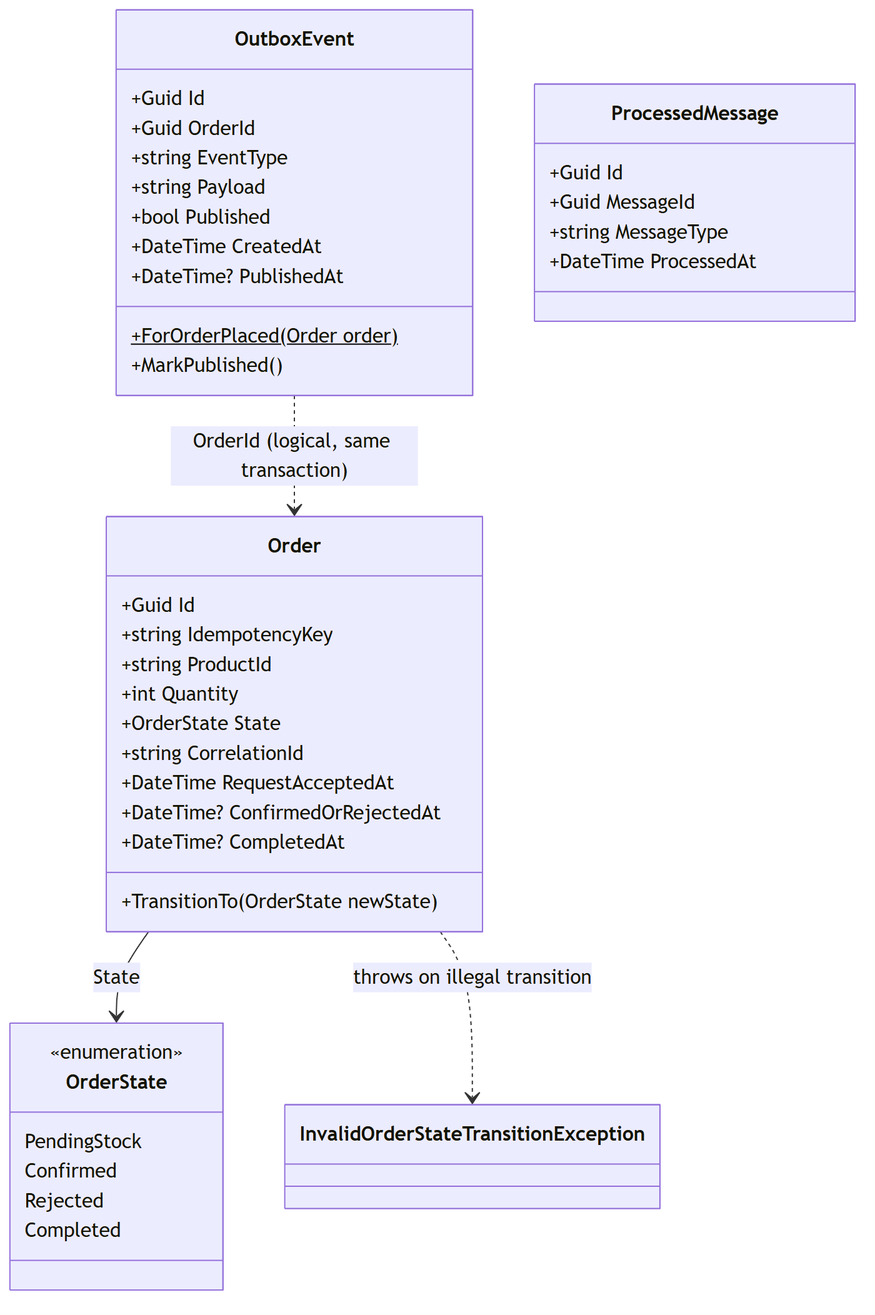
Before: report/figures/class-order-service.png, a diagram exported from Mermaid (VuTanMinh/flash-sale-microservices). Its source is kept beside it as report/figures/class-order-service.mmd. Its diagram source:
```mermaid
classDiagram
    class Order {
        +Guid Id
        +string IdempotencyKey
        +string ProductId
        +int Quantity
        +OrderState State
        +string CorrelationId
        +DateTime RequestAcceptedAt
        +DateTime? ConfirmedOrRejectedAt
        +DateTime? CompletedAt
        +TransitionTo(OrderState newState)
    }
    class OrderState {
        <<enumeration>>
        PendingStock
        Confirmed
        Rejected
        Completed
    }
    class OutboxEvent {
        +Guid Id
        +Guid OrderId
        +string EventType
        +string Payload
        +bool Published
        +DateTime CreatedAt
        +DateTime? PublishedAt
        +ForOrderPlaced(Order order)$
        +MarkPublished()
    }
    class ProcessedMessage {
        +Guid Id
        +Guid MessageId
        +string MessageType
        +DateTime ProcessedAt
    }
    class InvalidOrderStateTransitionException
    Order --> OrderState : State
    Order ..> InvalidOrderStateTransitionException : throws on illegal transition
    OutboxEvent ..> Order : OrderId (logical, same transaction)
```
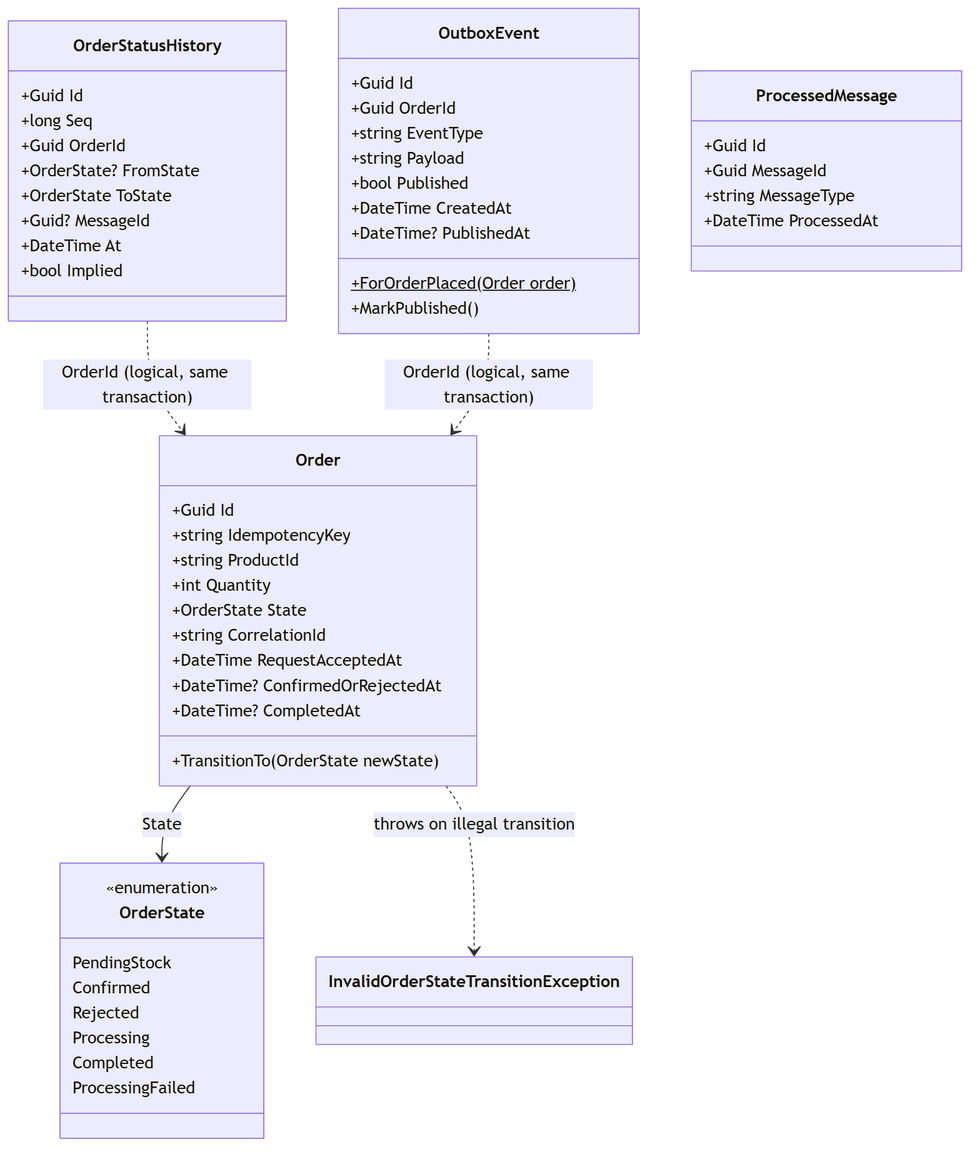
After the change.

What changed in the source:
```diff
@@ -16,7 +16,19 @@
         PendingStock
         Confirmed
         Rejected
+        Processing
         Completed
+        ProcessingFailed
+    }
+    class OrderStatusHistory {
+        +Guid Id
+        +long Seq
+        +Guid OrderId
+        +OrderState? FromState
+        +OrderState ToState
+        +Guid? MessageId
+        +DateTime At
+        +bool Implied
     }
     class OutboxEvent {
         +Guid Id
@@ -38,4 +50,5 @@
     class InvalidOrderStateTransitionException
     Order --> OrderState : State
     Order ..> InvalidOrderStateTransitionException : throws on illegal transition
+    OrderStatusHistory ..> Order : OrderId (logical, same transaction)
     OutboxEvent ..> Order : OrderId (logical, same transaction)
```
